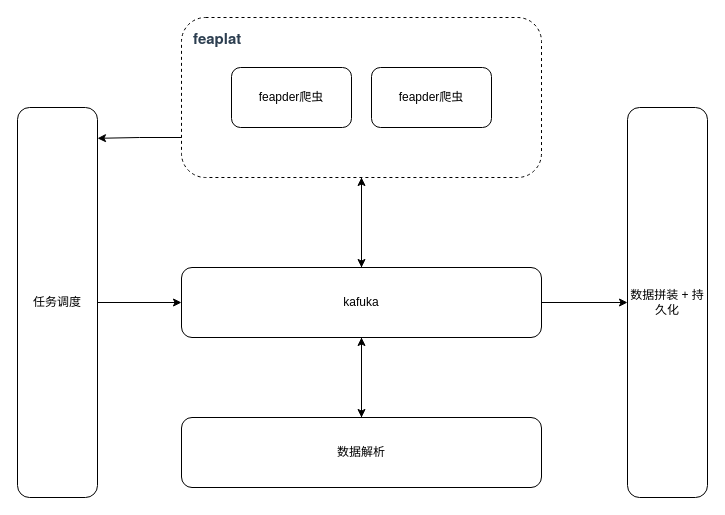
Earlier version of the draw.io diagram 爬虫架构图.drawio (seehar/draw). Source tidied: cells renumbered, new cells numbered last; positions are measured from the earlier drawing's top-left corner, leaving out a move shared by most shapes. Both pictures are drawn from the tidied source at 100%, with x=0, y=0 at pixel (17, 17).
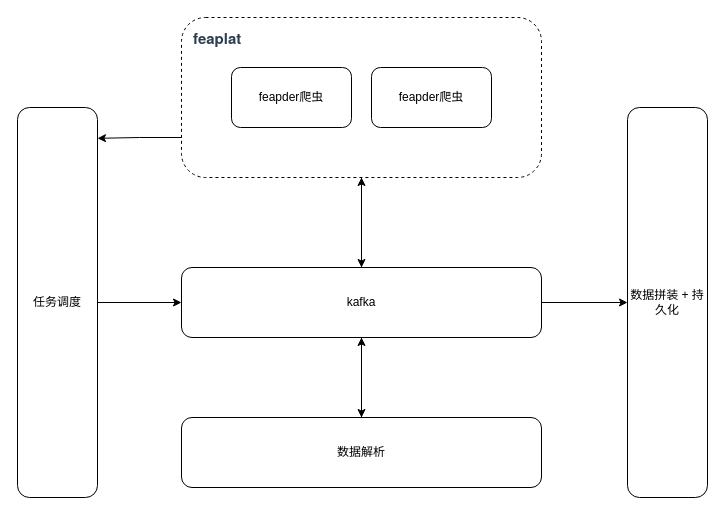
The same page after the edit.

Commit message:
更新爬虫架构图.drawio

Diff of the diagram source:
```diff
@@
 <mxGraphModel>
   <root>
     <mxCell id="0" />
     <mxCell id="1" parent="0" />
     <mxCell id="2" style="edgeStyle=orthogonalEdgeStyle;rounded=0;jettySize=auto;html=1;" parent="1" edge="1" source="4">
       <mxGeometry relative="1" as="geometry">
         <mxPoint x="344" y="250" as="targetPoint" />
       </mxGeometry>
     </mxCell>
     <mxCell id="3" style="edgeStyle=orthogonalEdgeStyle;rounded=0;jettySize=auto;html=1;exitX=0;exitY=0.75;exitDx=0;exitDy=0;entryX=1;entryY=0.079;entryDx=0;entryDy=0;entryPerimeter=0;" parent="1" edge="1" source="4" target="12">
       <mxGeometry relative="1" as="geometry" />
     </mxCell>
     <mxCell id="4" value="&lt;span style=&quot;box-sizing: border-box ; color: rgb(44 , 62 , 80) ; font-weight: 600 ; font-family: &amp;quot;source sans pro&amp;quot; , &amp;quot;helvetica neue&amp;quot; , &amp;quot;arial&amp;quot; , sans-serif ; font-size: 15px ; word-spacing: 0.8px ; background-color: rgb(255 , 255 , 255)&quot;&gt;feaplat&lt;/span&gt;" style="rounded=1;whiteSpace=wrap;html=1;dashed=1;align=left;verticalAlign=top;labelPosition=center;verticalLabelPosition=middle;spacingTop=5;spacingLeft=10;" parent="1" vertex="1">
       <mxGeometry x="164" width="360" height="160" as="geometry" />
     </mxCell>
     <mxCell id="5" value="feapder爬虫" style="rounded=1;whiteSpace=wrap;html=1;" parent="1" vertex="1">
       <mxGeometry x="214" y="50" width="120" height="60" as="geometry" />
     </mxCell>
     <mxCell id="6" value="feapder爬虫" style="rounded=1;whiteSpace=wrap;html=1;" parent="1" vertex="1">
       <mxGeometry x="354" y="50" width="120" height="60" as="geometry" />
     </mxCell>
     <mxCell id="7" style="edgeStyle=orthogonalEdgeStyle;rounded=0;jettySize=auto;html=1;entryX=0.5;entryY=1;entryDx=0;entryDy=0;" parent="1" edge="1" source="10" target="4">
       <mxGeometry relative="1" as="geometry">
         <Array as="points">
           <mxPoint x="344" y="210" />
           <mxPoint x="344" y="210" />
         </Array>
       </mxGeometry>
     </mxCell>
     <mxCell id="8" style="edgeStyle=orthogonalEdgeStyle;rounded=0;jettySize=auto;html=1;entryX=0.5;entryY=0;entryDx=0;entryDy=0;" parent="1" edge="1" source="10" target="14">
       <mxGeometry relative="1" as="geometry" />
     </mxCell>
     <mxCell id="9" style="edgeStyle=orthogonalEdgeStyle;rounded=0;jettySize=auto;html=1;exitX=1;exitY=0.5;exitDx=0;exitDy=0;entryX=0;entryY=0.5;entryDx=0;entryDy=0;" parent="1" edge="1" source="10" target="15">
       <mxGeometry relative="1" as="geometry" />
     </mxCell>
-    <mxCell id="10" value="kafuka" style="rounded=1;whiteSpace=wrap;html=1;" parent="1" vertex="1">
+    <mxCell id="10" value="kafka" style="rounded=1;whiteSpace=wrap;html=1;" parent="1" vertex="1">
       <mxGeometry x="164" y="250" width="360" height="70" as="geometry" />
     </mxCell>
     <mxCell id="11" style="edgeStyle=orthogonalEdgeStyle;rounded=0;jettySize=auto;html=1;entryX=0;entryY=0.5;entryDx=0;entryDy=0;" parent="1" edge="1" source="12" target="10">
       <mxGeometry relative="1" as="geometry" />
     </mxCell>
     <mxCell id="12" value="任务调度" style="rounded=1;whiteSpace=wrap;html=1;" parent="1" vertex="1">
       <mxGeometry y="90" width="80" height="390" as="geometry" />
     </mxCell>
     <mxCell id="13" style="edgeStyle=orthogonalEdgeStyle;rounded=0;jettySize=auto;html=1;entryX=0.5;entryY=1;entryDx=0;entryDy=0;" parent="1" edge="1" source="14" target="10">
       <mxGeometry relative="1" as="geometry">
         <Array as="points">
           <mxPoint x="344" y="350" />
           <mxPoint x="344" y="350" />
         </Array>
       </mxGeometry>
     </mxCell>
     <mxCell id="14" value="数据解析" style="rounded=1;whiteSpace=wrap;html=1;" parent="1" vertex="1">
       <mxGeometry x="164" y="400" width="360" height="70" as="geometry" />
     </mxCell>
     <mxCell id="15" value="数据拼装 + 持久化" style="rounded=1;whiteSpace=wrap;html=1;" parent="1" vertex="1">
       <mxGeometry x="610" y="90" width="80" height="390" as="geometry" />
     </mxCell>
   </root>
 </mxGraphModel>
```
